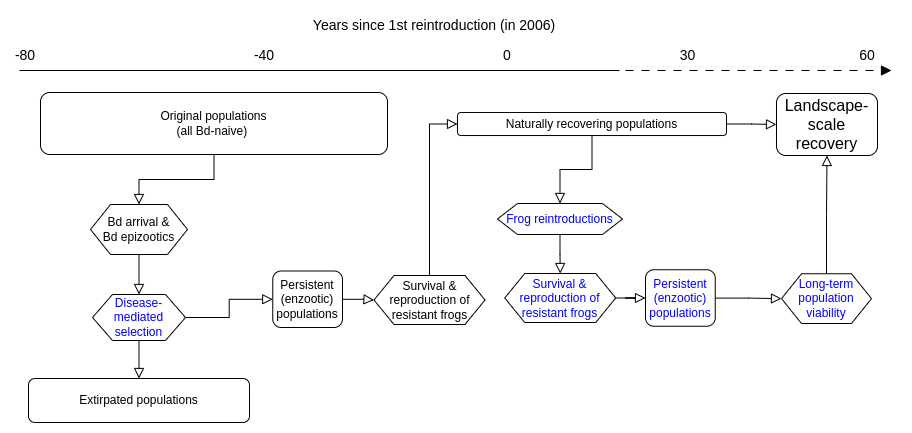
Earlier version of the draw.io export doc/manuscript/figures/conceptual_model.png (SNARL1/translocation). Source tidied: cells renumbered, new cells last; positions are measured from the earlier drawing's top-left corner, leaving out a move shared by most shapes.
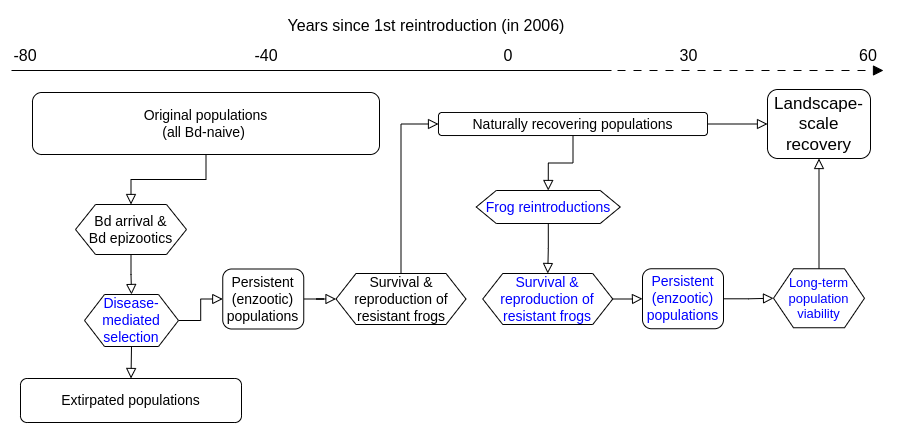
Later version of the same file.

Commit message:
Increase font size in figure

The edit, as a diff of the source:
```diff
@@ -1,108 +1,108 @@
 <mxGraphModel>
   <root>
-    <mxCell id="0" />
-    <mxCell id="1" parent="0" />
+    <mxCell id="34" />
+    <mxCell id="35" parent="34" />
-    <mxCell id="2" style="edgeStyle=orthogonalEdgeStyle;rounded=0;jettySize=auto;html=1;entryX=0.5;entryY=0;entryDx=0;entryDy=0;endArrow=block;endFill=0;endSize=8;exitX=0.5;exitY=1;exitDx=0;exitDy=0;" parent="1" edge="1" source="3" target="17">
+    <mxCell id="2" style="edgeStyle=orthogonalEdgeStyle;rounded=0;jettySize=auto;html=1;entryX=0.5;entryY=0;entryDx=0;entryDy=0;endArrow=block;endFill=0;endSize=8;exitX=0.5;exitY=1;exitDx=0;exitDy=0;" parent="35" edge="1" source="3" target="17">
       <mxGeometry relative="1" as="geometry" />
     </mxCell>
-    <mxCell id="3" value="Original populations&lt;br&gt;(all Bd-naive)&amp;nbsp;" style="rounded=1;whiteSpace=wrap;html=1;" parent="1" vertex="1">
-      <mxGeometry x="30" y="82" width="347" height="62" as="geometry" />
+    <mxCell id="3" value="&lt;font style=&quot;font-size: 14px;&quot;&gt;Original populations&lt;br&gt;(all Bd-naive)&amp;nbsp;&lt;/font&gt;" style="rounded=1;whiteSpace=wrap;html=1;" parent="35" vertex="1">
+      <mxGeometry x="21" y="562" width="347" height="62" as="geometry" />
     </mxCell>
-    <mxCell id="4" style="endArrow=none;html=1;rounded=0;labelBackgroundColor=none;fontSize=14;endSize=8;strokeWidth=1;endFill=0;startArrow=none;startFill=0;" parent="1" edge="1">
-      <mxGeometry relative="1" as="geometry">
-        <mxPoint x="9" y="60" as="sourcePoint" />
-        <mxPoint x="609" y="60" as="targetPoint" />
-      </mxGeometry>
-    </mxCell>
+    <mxCell id="36" style="endArrow=none;html=1;rounded=0;labelBackgroundColor=none;fontSize=14;endSize=8;strokeWidth=1;endFill=0;startArrow=none;startFill=0;" parent="35" edge="1">
+      <mxGeometry relative="1" as="geometry">
+        <mxPoint y="540" as="sourcePoint" />
+        <mxPoint x="600" y="540" as="targetPoint" />
+      </mxGeometry>
+    </mxCell>
-    <mxCell id="5" value="-80" style="text;html=1;strokeColor=none;fillColor=none;align=center;verticalAlign=middle;whiteSpace=wrap;rounded=0;fontSize=14;" parent="1" vertex="1">
-      <mxGeometry y="30" width="30" height="30" as="geometry" />
+    <mxCell id="5" value="&lt;font style=&quot;font-size: 16px;&quot;&gt;-80&lt;/font&gt;" style="text;html=1;strokeColor=none;fillColor=none;align=center;verticalAlign=middle;whiteSpace=wrap;rounded=0;fontSize=14;" parent="35" vertex="1">
+      <mxGeometry x="-1" y="510" width="30" height="30" as="geometry" />
     </mxCell>
-    <mxCell id="6" value="-40" style="text;html=1;strokeColor=none;fillColor=none;align=center;verticalAlign=middle;whiteSpace=wrap;rounded=0;fontSize=14;" parent="1" vertex="1">
-      <mxGeometry x="239" y="30" width="30" height="30" as="geometry" />
+    <mxCell id="6" value="&lt;font style=&quot;font-size: 16px;&quot;&gt;-40&lt;/font&gt;" style="text;html=1;strokeColor=none;fillColor=none;align=center;verticalAlign=middle;whiteSpace=wrap;rounded=0;fontSize=14;" parent="35" vertex="1">
+      <mxGeometry x="240" y="510" width="30" height="30" as="geometry" />
     </mxCell>
-    <mxCell id="7" value="0" style="text;html=1;strokeColor=none;fillColor=none;align=center;verticalAlign=middle;whiteSpace=wrap;rounded=0;fontSize=14;" parent="1" vertex="1">
-      <mxGeometry x="482" y="30" width="30" height="30" as="geometry" />
+    <mxCell id="7" value="&lt;font style=&quot;font-size: 16px;&quot;&gt;0&lt;/font&gt;" style="text;html=1;strokeColor=none;fillColor=none;align=center;verticalAlign=middle;whiteSpace=wrap;rounded=0;fontSize=14;" parent="35" vertex="1">
+      <mxGeometry x="482" y="510" width="30" height="30" as="geometry" />
     </mxCell>
-    <mxCell id="8" value="Years since 1st reintroduction (in 2006)" style="text;html=1;strokeColor=none;fillColor=none;align=center;verticalAlign=middle;whiteSpace=wrap;rounded=0;fontSize=14;" parent="1" vertex="1">
-      <mxGeometry x="279" width="290" height="30" as="geometry" />
+    <mxCell id="8" value="&lt;font style=&quot;font-size: 16px;&quot;&gt;Years since 1st reintroduction (in 2006)&lt;/font&gt;" style="text;html=1;strokeColor=none;fillColor=none;align=center;verticalAlign=middle;whiteSpace=wrap;rounded=0;fontSize=14;" parent="35" vertex="1">
+      <mxGeometry x="270" y="480" width="290" height="30" as="geometry" />
     </mxCell>
-    <mxCell id="9" value="30" style="text;html=1;align=center;verticalAlign=middle;strokeColor=none;fillColor=none;fontSize=14;" parent="1" vertex="1">
-      <mxGeometry x="657" y="30" width="40" height="30" as="geometry" />
+    <mxCell id="9" value="&lt;font style=&quot;font-size: 16px;&quot;&gt;30&lt;/font&gt;" style="text;html=1;align=center;verticalAlign=middle;strokeColor=none;fillColor=none;fontSize=14;" parent="35" vertex="1">
+      <mxGeometry x="657" y="510" width="40" height="30" as="geometry" />
     </mxCell>
-    <mxCell id="10" value="60" style="text;html=1;strokeColor=none;fillColor=none;align=center;verticalAlign=middle;whiteSpace=wrap;rounded=0;fontSize=14;" parent="1" vertex="1">
-      <mxGeometry x="842" y="30" width="30" height="30" as="geometry" />
+    <mxCell id="10" value="&lt;font style=&quot;font-size: 16px;&quot;&gt;60&lt;/font&gt;" style="text;html=1;strokeColor=none;fillColor=none;align=center;verticalAlign=middle;whiteSpace=wrap;rounded=0;fontSize=14;" parent="35" vertex="1">
+      <mxGeometry x="842" y="510" width="30" height="30" as="geometry" />
     </mxCell>
-    <mxCell id="11" style="endArrow=block;html=1;rounded=0;labelBackgroundColor=none;strokeWidth=1;fontSize=16;fontColor=#0000FF;endSize=8;dashed=1;dashPattern=8 8;endFill=1;" parent="1" edge="1">
-      <mxGeometry relative="1" as="geometry">
-        <mxPoint x="615" y="60" as="sourcePoint" />
-        <mxPoint x="881" y="60" as="targetPoint" />
-      </mxGeometry>
-    </mxCell>
+    <mxCell id="37" style="endArrow=block;html=1;rounded=0;labelBackgroundColor=none;strokeWidth=1;fontSize=16;fontColor=#0000FF;endSize=8;dashed=1;dashPattern=8 8;endFill=1;" parent="35" edge="1">
+      <mxGeometry relative="1" as="geometry">
+        <mxPoint x="606" y="540" as="sourcePoint" />
+        <mxPoint x="872" y="540" as="targetPoint" />
+      </mxGeometry>
+    </mxCell>
-    <mxCell id="12" value="Extirpated populations" style="rounded=1;whiteSpace=wrap;html=1;" parent="1" vertex="1">
-      <mxGeometry x="18" y="368" width="221" height="44" as="geometry" />
+    <mxCell id="12" value="&lt;font style=&quot;font-size: 14px;&quot;&gt;Extirpated populations&lt;/font&gt;" style="rounded=1;whiteSpace=wrap;html=1;" parent="35" vertex="1">
+      <mxGeometry x="9" y="848" width="221" height="44" as="geometry" />
     </mxCell>
-    <mxCell id="13" style="edgeStyle=orthogonalEdgeStyle;rounded=0;jettySize=auto;html=1;entryX=0.5;entryY=0;entryDx=0;entryDy=0;startArrow=none;startFill=0;endArrow=block;endFill=0;endSize=8;sourcePerimeterSpacing=0;targetPerimeterSpacing=0;" parent="1" edge="1" source="15" target="24">
+    <mxCell id="13" style="edgeStyle=orthogonalEdgeStyle;rounded=0;jettySize=auto;html=1;entryX=0.5;entryY=0;entryDx=0;entryDy=0;startArrow=none;startFill=0;endArrow=block;endFill=0;endSize=8;sourcePerimeterSpacing=0;targetPerimeterSpacing=0;" parent="35" edge="1" source="15" target="24">
       <mxGeometry relative="1" as="geometry" />
     </mxCell>
-    <mxCell id="14" style="edgeStyle=orthogonalEdgeStyle;rounded=0;jettySize=auto;html=1;fontColor=#0000FF;startArrow=none;startFill=0;endArrow=block;endFill=0;endSize=8;sourcePerimeterSpacing=0;targetPerimeterSpacing=0;" parent="1" edge="1" source="15" target="33">
+    <mxCell id="14" style="edgeStyle=orthogonalEdgeStyle;rounded=0;jettySize=auto;html=1;fontColor=#0000FF;startArrow=none;startFill=0;endArrow=block;endFill=0;endSize=8;sourcePerimeterSpacing=0;targetPerimeterSpacing=0;" parent="35" edge="1" source="15" target="33">
       <mxGeometry relative="1" as="geometry" />
     </mxCell>
-    <mxCell id="15" value="Naturally recovering populations" style="rounded=1;whiteSpace=wrap;html=1;" parent="1" vertex="1">
-      <mxGeometry x="447" y="102" width="269" height="23" as="geometry" />
+    <mxCell id="15" value="&lt;font style=&quot;font-size: 14px;&quot;&gt;Naturally recovering populations&lt;/font&gt;" style="rounded=1;whiteSpace=wrap;html=1;" parent="35" vertex="1">
+      <mxGeometry x="427" y="582" width="269" height="23" as="geometry" />
     </mxCell>
-    <mxCell id="16" style="edgeStyle=orthogonalEdgeStyle;rounded=0;jettySize=auto;html=1;entryX=0.5;entryY=0;entryDx=0;entryDy=0;endArrow=block;endFill=0;endSize=8;" parent="1" edge="1" source="17" target="20">
+    <mxCell id="16" style="edgeStyle=orthogonalEdgeStyle;rounded=0;jettySize=auto;html=1;entryX=0.5;entryY=0;entryDx=0;entryDy=0;endArrow=block;endFill=0;endSize=8;" parent="35" edge="1" source="17" target="20">
       <mxGeometry relative="1" as="geometry" />
     </mxCell>
-    <mxCell id="17" value="Bd arrival &amp;amp;&lt;br&gt;Bd epizootics" style="shape=hexagon;perimeter=hexagonPerimeter2;whiteSpace=wrap;html=1;fixedSize=1;" parent="1" vertex="1">
-      <mxGeometry x="80" y="194" width="97" height="50" as="geometry" />
+    <mxCell id="17" value="&lt;font style=&quot;font-size: 14px;&quot;&gt;Bd arrival &amp;amp;&lt;br&gt;Bd epizootics&lt;/font&gt;" style="shape=hexagon;perimeter=hexagonPerimeter2;whiteSpace=wrap;html=1;fixedSize=1;" parent="35" vertex="1">
+      <mxGeometry x="64" y="674" width="111" height="50" as="geometry" />
     </mxCell>
-    <mxCell id="18" style="edgeStyle=orthogonalEdgeStyle;rounded=0;jettySize=auto;html=1;startArrow=none;startFill=0;endArrow=block;endFill=0;endSize=8;sourcePerimeterSpacing=0;targetPerimeterSpacing=0;exitX=1;exitY=0.5;exitDx=0;exitDy=0;" parent="1" edge="1" source="20" target="28">
-      <mxGeometry relative="1" as="geometry" />
-    </mxCell>
+    <mxCell id="38" style="edgeStyle=orthogonalEdgeStyle;rounded=0;jettySize=auto;html=1;startArrow=none;startFill=0;endArrow=block;endFill=0;endSize=8;sourcePerimeterSpacing=0;targetPerimeterSpacing=0;exitX=1;exitY=0.5;exitDx=0;exitDy=0;" parent="35" edge="1" source="20" target="45">
+      <mxGeometry relative="1" as="geometry" />
+    </mxCell>
-    <mxCell id="19" style="edgeStyle=orthogonalEdgeStyle;rounded=0;jettySize=auto;html=1;entryX=0.5;entryY=0;entryDx=0;entryDy=0;startArrow=none;startFill=0;endArrow=block;endFill=0;endSize=8;sourcePerimeterSpacing=0;targetPerimeterSpacing=0;exitX=0.5;exitY=1;exitDx=0;exitDy=0;" parent="1" edge="1" source="20" target="12">
+    <mxCell id="19" style="edgeStyle=orthogonalEdgeStyle;rounded=0;jettySize=auto;html=1;entryX=0.5;entryY=0;entryDx=0;entryDy=0;startArrow=none;startFill=0;endArrow=block;endFill=0;endSize=8;sourcePerimeterSpacing=0;targetPerimeterSpacing=0;exitX=0.5;exitY=1;exitDx=0;exitDy=0;" parent="35" edge="1" source="20" target="12">
       <mxGeometry relative="1" as="geometry" />
     </mxCell>
-    <mxCell id="20" value="&lt;font color=&quot;#0000ff&quot;&gt;Disease-mediated selection&lt;/font&gt;" style="shape=hexagon;perimeter=hexagonPerimeter2;whiteSpace=wrap;html=1;fixedSize=1;" parent="1" vertex="1">
-      <mxGeometry x="82" y="284" width="93" height="46" as="geometry" />
+    <mxCell id="20" value="&lt;font style=&quot;font-size: 14px;&quot; color=&quot;#0000ff&quot;&gt;Disease-mediated selection&lt;/font&gt;" style="shape=hexagon;perimeter=hexagonPerimeter2;whiteSpace=wrap;html=1;fixedSize=1;" parent="35" vertex="1">
+      <mxGeometry x="73" y="764" width="94" height="52" as="geometry" />
     </mxCell>
-    <mxCell id="21" style="edgeStyle=orthogonalEdgeStyle;rounded=0;jettySize=auto;html=1;entryX=0;entryY=0.5;entryDx=0;entryDy=0;startArrow=none;startFill=0;endArrow=block;endFill=0;endSize=8;sourcePerimeterSpacing=0;targetPerimeterSpacing=0;" parent="1" edge="1" source="22" target="15">
-      <mxGeometry relative="1" as="geometry" />
-    </mxCell>
-    <mxCell id="22" value="Survival &amp;amp; reproduction of resistant frogs" style="shape=hexagon;perimeter=hexagonPerimeter2;whiteSpace=wrap;html=1;fixedSize=1;" parent="1" vertex="1">
-      <mxGeometry x="363.5" y="265" width="111" height="49" as="geometry" />
-    </mxCell>
-    <mxCell id="23" style="edgeStyle=orthogonalEdgeStyle;rounded=0;jettySize=auto;html=1;entryX=0.5;entryY=0;entryDx=0;entryDy=0;startArrow=none;startFill=0;endArrow=block;endFill=0;endSize=8;sourcePerimeterSpacing=0;targetPerimeterSpacing=0;" parent="1" edge="1" source="24" target="26">
-      <mxGeometry relative="1" as="geometry" />
-    </mxCell>
+    <mxCell id="39" style="edgeStyle=orthogonalEdgeStyle;rounded=0;jettySize=auto;html=1;entryX=0;entryY=0.5;entryDx=0;entryDy=0;startArrow=none;startFill=0;endArrow=block;endFill=0;endSize=8;sourcePerimeterSpacing=0;targetPerimeterSpacing=0;" parent="35" edge="1" source="40" target="15">
+      <mxGeometry relative="1" as="geometry" />
+    </mxCell>
+    <mxCell id="40" value="Survival &amp;amp; reproduction of resistant frogs" style="shape=hexagon;perimeter=hexagonPerimeter2;whiteSpace=wrap;html=1;fixedSize=1;fontSize=14;" parent="35" vertex="1">
+      <mxGeometry x="324.5" y="743" width="130" height="51" as="geometry" />
+    </mxCell>
+    <mxCell id="41" style="edgeStyle=orthogonalEdgeStyle;rounded=0;jettySize=auto;html=1;entryX=0.5;entryY=0;entryDx=0;entryDy=0;startArrow=none;startFill=0;endArrow=block;endFill=0;endSize=8;sourcePerimeterSpacing=0;targetPerimeterSpacing=0;" parent="35" edge="1" source="24" target="43">
+      <mxGeometry relative="1" as="geometry" />
+    </mxCell>
-    <mxCell id="24" value="&lt;font color=&quot;#0000ff&quot;&gt;Frog reintroductions&lt;/font&gt;" style="shape=hexagon;perimeter=hexagonPerimeter2;whiteSpace=wrap;html=1;fixedSize=1;" parent="1" vertex="1">
-      <mxGeometry x="487" y="193" width="125" height="31" as="geometry" />
+    <mxCell id="24" value="&lt;font style=&quot;font-size: 14px;&quot; color=&quot;#0000ff&quot;&gt;Frog reintroductions&lt;/font&gt;" style="shape=hexagon;perimeter=hexagonPerimeter2;whiteSpace=wrap;html=1;fixedSize=1;" parent="35" vertex="1">
+      <mxGeometry x="464.8" y="660" width="144" height="33" as="geometry" />
     </mxCell>
-    <mxCell id="25" style="edgeStyle=orthogonalEdgeStyle;rounded=0;jettySize=auto;html=1;entryX=0;entryY=0.5;entryDx=0;entryDy=0;fontColor=#0000FF;startArrow=none;startFill=0;endArrow=block;endFill=0;endSize=8;sourcePerimeterSpacing=0;targetPerimeterSpacing=0;" parent="1" edge="1" source="26" target="30">
-      <mxGeometry relative="1" as="geometry" />
-    </mxCell>
-    <mxCell id="26" value="&lt;font color=&quot;#0000ff&quot;&gt;Survival &amp;amp; reproduction of resistant frogs&lt;/font&gt;" style="shape=hexagon;perimeter=hexagonPerimeter2;whiteSpace=wrap;html=1;fixedSize=1;" parent="1" vertex="1">
-      <mxGeometry x="494.2" y="263" width="111" height="49" as="geometry" />
-    </mxCell>
-    <mxCell id="27" style="edgeStyle=orthogonalEdgeStyle;rounded=0;jettySize=auto;html=1;entryX=0;entryY=0.5;entryDx=0;entryDy=0;fontColor=#0000FF;startArrow=none;startFill=0;endArrow=block;endFill=0;endSize=8;sourcePerimeterSpacing=0;targetPerimeterSpacing=0;" parent="1" edge="1" source="28" target="22">
-      <mxGeometry relative="1" as="geometry" />
-    </mxCell>
-    <mxCell id="28" value="Persistent (enzootic) populations" style="rounded=1;whiteSpace=wrap;html=1;" parent="1" vertex="1">
-      <mxGeometry x="262.2" y="260.5" width="69.8" height="56.5" as="geometry" />
-    </mxCell>
-    <mxCell id="29" style="edgeStyle=orthogonalEdgeStyle;rounded=0;jettySize=auto;html=1;entryX=0;entryY=0.5;entryDx=0;entryDy=0;fontColor=#0000FF;startArrow=none;startFill=0;endArrow=block;endFill=0;endSize=8;sourcePerimeterSpacing=0;targetPerimeterSpacing=0;" parent="1" edge="1" source="30" target="32">
-      <mxGeometry relative="1" as="geometry" />
-    </mxCell>
-    <mxCell id="30" value="&lt;font color=&quot;#0000ff&quot;&gt;Persistent (enzootic) populations&lt;/font&gt;" style="rounded=1;whiteSpace=wrap;html=1;" parent="1" vertex="1">
-      <mxGeometry x="635" y="259.2" width="69.8" height="56.5" as="geometry" />
-    </mxCell>
+    <mxCell id="42" style="edgeStyle=orthogonalEdgeStyle;rounded=0;jettySize=auto;html=1;entryX=0;entryY=0.5;entryDx=0;entryDy=0;fontColor=#0000FF;startArrow=none;startFill=0;endArrow=block;endFill=0;endSize=8;sourcePerimeterSpacing=0;targetPerimeterSpacing=0;" parent="35" edge="1" source="43" target="47">
+      <mxGeometry relative="1" as="geometry" />
+    </mxCell>
+    <mxCell id="43" value="&lt;font style=&quot;font-size: 14px;&quot; color=&quot;#0000ff&quot;&gt;Survival &amp;amp; reproduction of resistant frogs&lt;/font&gt;" style="shape=hexagon;perimeter=hexagonPerimeter2;whiteSpace=wrap;html=1;fixedSize=1;" parent="35" vertex="1">
+      <mxGeometry x="471.2" y="743" width="130" height="51" as="geometry" />
+    </mxCell>
+    <mxCell id="44" style="edgeStyle=orthogonalEdgeStyle;rounded=0;jettySize=auto;html=1;entryX=0;entryY=0.5;entryDx=0;entryDy=0;fontColor=#0000FF;startArrow=none;startFill=0;endArrow=block;endFill=0;endSize=8;sourcePerimeterSpacing=0;targetPerimeterSpacing=0;" parent="35" edge="1" source="45" target="40">
+      <mxGeometry relative="1" as="geometry" />
+    </mxCell>
+    <mxCell id="45" value="&lt;font style=&quot;font-size: 14px;&quot;&gt;Persistent (enzootic) populations&lt;/font&gt;" style="rounded=1;whiteSpace=wrap;html=1;" parent="35" vertex="1">
+      <mxGeometry x="211.2" y="738.5" width="81" height="60" as="geometry" />
+    </mxCell>
+    <mxCell id="46" style="edgeStyle=orthogonalEdgeStyle;rounded=0;jettySize=auto;html=1;entryX=0;entryY=0.5;entryDx=0;entryDy=0;fontColor=#0000FF;startArrow=none;startFill=0;endArrow=block;endFill=0;endSize=8;sourcePerimeterSpacing=0;targetPerimeterSpacing=0;" parent="35" edge="1" source="47" target="32">
+      <mxGeometry relative="1" as="geometry" />
+    </mxCell>
+    <mxCell id="47" value="&lt;font style=&quot;font-size: 14px;&quot; color=&quot;#0000ff&quot;&gt;Persistent (enzootic) populations&lt;/font&gt;" style="rounded=1;whiteSpace=wrap;html=1;" parent="35" vertex="1">
+      <mxGeometry x="631" y="738.2" width="81" height="60" as="geometry" />
+    </mxCell>
-    <mxCell id="31" style="edgeStyle=orthogonalEdgeStyle;rounded=0;jettySize=auto;html=1;fontColor=#0000FF;startArrow=none;startFill=0;endArrow=block;endFill=0;endSize=8;sourcePerimeterSpacing=0;targetPerimeterSpacing=0;entryX=0.5;entryY=1;entryDx=0;entryDy=0;" parent="1" edge="1" source="32" target="33">
+    <mxCell id="31" style="edgeStyle=orthogonalEdgeStyle;rounded=0;jettySize=auto;html=1;fontColor=#0000FF;startArrow=none;startFill=0;endArrow=block;endFill=0;endSize=8;sourcePerimeterSpacing=0;targetPerimeterSpacing=0;entryX=0.5;entryY=1;entryDx=0;entryDy=0;" parent="35" edge="1" source="32" target="33">
       <mxGeometry relative="1" as="geometry" />
     </mxCell>
-    <mxCell id="32" value="&lt;font color=&quot;#0000ff&quot;&gt;Long-term population viability&lt;/font&gt;" style="shape=hexagon;perimeter=hexagonPerimeter2;whiteSpace=wrap;html=1;fixedSize=1;" parent="1" vertex="1">
-      <mxGeometry x="771" y="263.2" width="90" height="49.8" as="geometry" />
+    <mxCell id="32" value="&lt;font color=&quot;#0000ff&quot; style=&quot;font-size: 13px;&quot;&gt;Long-term population viability&lt;/font&gt;" style="shape=hexagon;perimeter=hexagonPerimeter2;whiteSpace=wrap;html=1;fixedSize=1;fontSize=13;" parent="35" vertex="1">
+      <mxGeometry x="762" y="738.2" width="91" height="59" as="geometry" />
     </mxCell>
-    <mxCell id="33" value="&lt;font style=&quot;font-size: 16px;&quot;&gt;Landscape-scale recovery&lt;/font&gt;" style="rounded=1;whiteSpace=wrap;html=1;align=center;labelPosition=center;verticalLabelPosition=middle;verticalAlign=middle;fontColor=#000000;" parent="1" vertex="1">
-      <mxGeometry x="766" y="83" width="101" height="62" as="geometry" />
+    <mxCell id="33" value="&lt;font style=&quot;font-size: 17px;&quot;&gt;Landscape-scale recovery&lt;/font&gt;" style="rounded=1;whiteSpace=wrap;html=1;align=center;labelPosition=center;verticalLabelPosition=middle;verticalAlign=middle;fontColor=#000000;" parent="35" vertex="1">
+      <mxGeometry x="756" y="559" width="103" height="69" as="geometry" />
     </mxCell>
   </root>
 </mxGraphModel>
```
